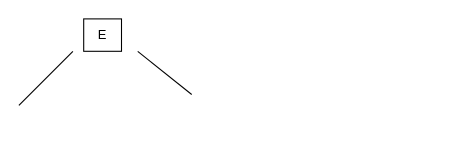
This is Untitled Diagram.drawio from Andrew-EKrause/Study-Room, a draw.io file, before an edit. Source tidied: cells renumbered, new cells numbered last; positions are measured from the earlier drawing's top-left corner, leaving out a move shared by most shapes. Both pictures are drawn from the tidied source at 108%, with x=0, y=0 at pixel (18, 18).
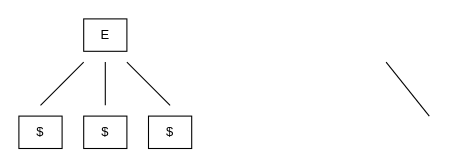
The same page after the edit.

What changed in the source:
```diff
@@
 <mxGraphModel>
   <root>
     <mxCell id="0" />
     <mxCell id="1" parent="0" />
     <mxCell id="2" value="E" style="rounded=0;whiteSpace=wrap;html=1;" parent="1" vertex="1">
-      <mxGeometry x="60" width="35" height="30" as="geometry" />
+      <mxGeometry x="60" width="40" height="30" as="geometry" />
     </mxCell>
     <mxCell id="3" style="endArrow=none;html=1;rounded=0;" parent="1" edge="1">
       <mxGeometry relative="1" as="geometry">
-        <mxPoint y="80" as="sourcePoint" />
-        <mxPoint x="50" y="30" as="targetPoint" />
+        <mxPoint x="140" y="80" as="sourcePoint" />
+        <mxPoint x="100" y="40" as="targetPoint" />
       </mxGeometry>
     </mxCell>
-    <mxCell id="4" style="endArrow=none;html=1;rounded=0;" parent="1" edge="1">
-      <mxGeometry relative="1" as="geometry">
-        <mxPoint x="160" y="70" as="sourcePoint" />
-        <mxPoint x="110" y="30" as="targetPoint" />
-      </mxGeometry>
-    </mxCell>
+    <mxCell id="5" style="endArrow=none;html=1;rounded=0;" parent="1" edge="1">
+      <mxGeometry relative="1" as="geometry">
+        <mxPoint x="380" y="90" as="sourcePoint" />
+        <mxPoint x="340" y="40" as="targetPoint" />
+      </mxGeometry>
+    </mxCell>
+    <mxCell id="6" style="endArrow=none;html=1;rounded=0;" parent="1" edge="1">
+      <mxGeometry relative="1" as="geometry">
+        <mxPoint x="20" y="80" as="sourcePoint" />
+        <mxPoint x="60" y="40" as="targetPoint" />
+      </mxGeometry>
+    </mxCell>
+    <mxCell id="7" style="endArrow=none;html=1;rounded=0;" parent="1" edge="1">
+      <mxGeometry relative="1" as="geometry">
+        <mxPoint x="80" y="80" as="sourcePoint" />
+        <mxPoint x="80" y="40" as="targetPoint" />
+      </mxGeometry>
+    </mxCell>
+    <mxCell id="8" value="$" style="rounded=0;whiteSpace=wrap;html=1;" parent="1" vertex="1">
+      <mxGeometry x="60" y="90" width="40" height="30" as="geometry" />
+    </mxCell>
+    <mxCell id="9" value="$" style="rounded=0;whiteSpace=wrap;html=1;" parent="1" vertex="1">
+      <mxGeometry x="120" y="90" width="40" height="30" as="geometry" />
+    </mxCell>
+    <mxCell id="10" value="$" style="rounded=0;whiteSpace=wrap;html=1;" parent="1" vertex="1">
+      <mxGeometry y="90" width="40" height="30" as="geometry" />
+    </mxCell>
   </root>
 </mxGraphModel>
```
